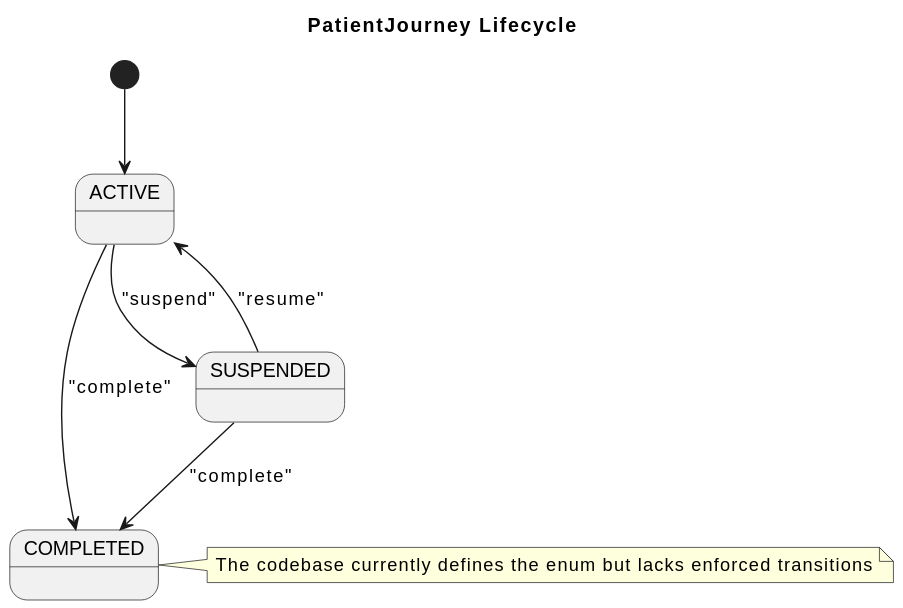
Earlier version of the PlantUML export docs/diagrams/patient-journey-lifecycle.svg (gforge/DUK). Source of this version:
```plantuml
@startuml
title PatientJourney Lifecycle

state ACTIVE
state SUSPENDED
state COMPLETED

[*] --> ACTIVE
ACTIVE --> SUSPENDED : "suspend"
SUSPENDED --> ACTIVE : "resume"
ACTIVE --> COMPLETED : "complete"
SUSPENDED --> COMPLETED : "complete"

note right
  The codebase currently defines the enum but lacks enforced transitions
end note
@enduml
```
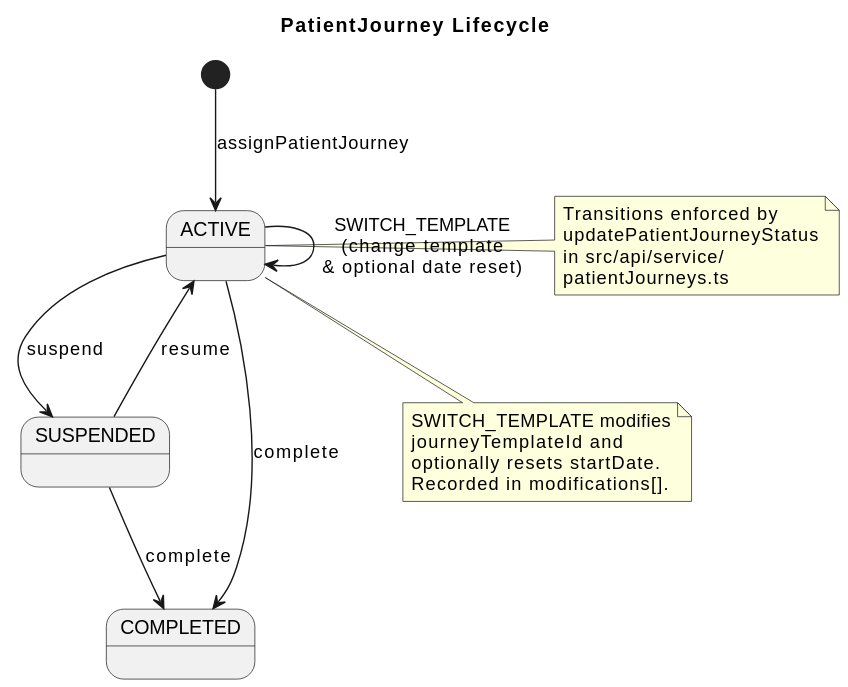
After the commit.

Diff of the diagram source:
```diff
@@ -5,13 +5,26 @@
 state SUSPENDED
 state COMPLETED
 
-[*] --> ACTIVE
-ACTIVE --> SUSPENDED : "suspend"
-SUSPENDED --> ACTIVE : "resume"
-ACTIVE --> COMPLETED : "complete"
-SUSPENDED --> COMPLETED : "complete"
+[*] --> ACTIVE : assignPatientJourney
 
-note right
-  The codebase currently defines the enum but lacks enforced transitions
+ACTIVE --> SUSPENDED : suspend
+SUSPENDED --> ACTIVE : resume
+ACTIVE --> COMPLETED : complete
+SUSPENDED --> COMPLETED : complete
+
+ACTIVE --> ACTIVE : SWITCH_TEMPLATE\n(change template\n& optional date reset)
+
+note right of ACTIVE
+  Transitions enforced by
+  updatePatientJourneyStatus
+  in src/api/service/
+  patientJourneys.ts
+end note
+
+note bottom of ACTIVE
+  SWITCH_TEMPLATE modifies
+  journeyTemplateId and
+  optionally resets startDate.
+  Recorded in modifications[].
 end note
 @enduml
```
